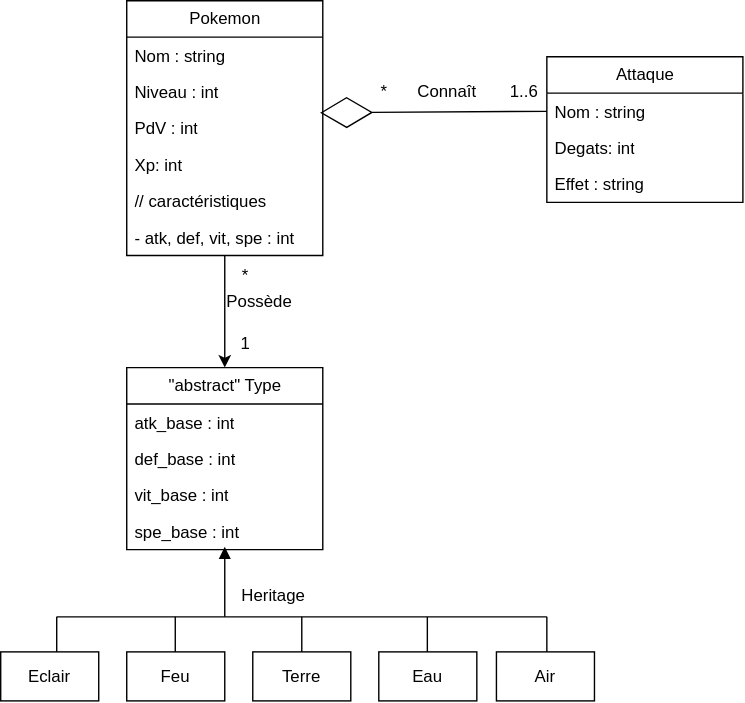
Socrate29-Lab/CESI_project-Pokedex keeps this draw.io diagram as Partie UML/diagramme_classe.svg. Above is the earlier version. Source tidied: cells renumbered, new cells last; positions are measured from the earlier drawing's top-left corner, leaving out a move shared by most shapes.
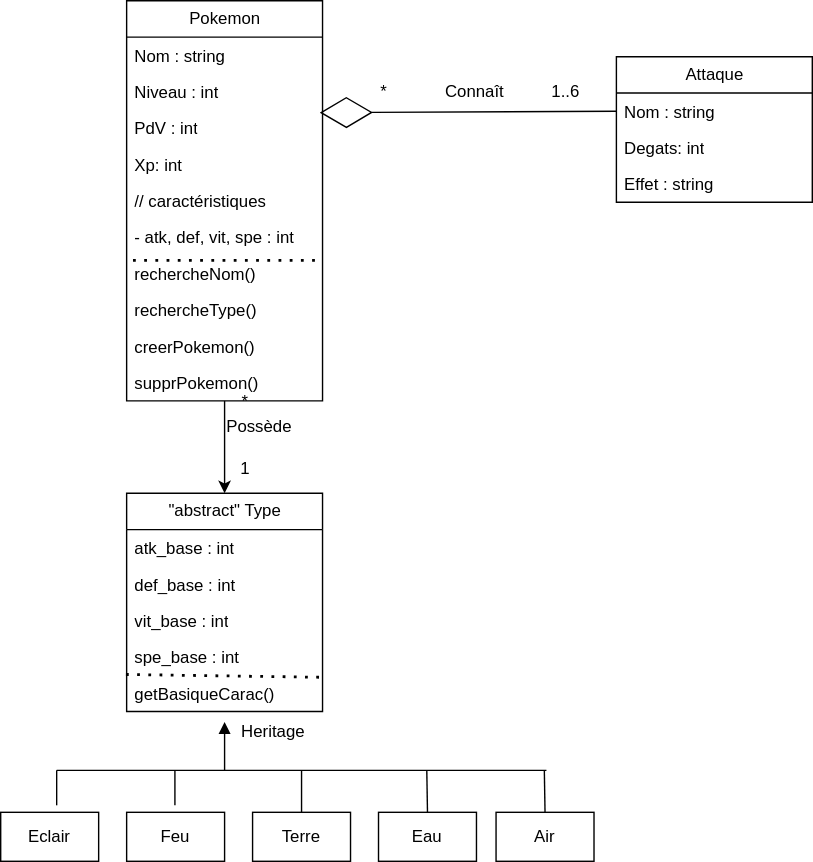
Above is the later version.

Commit message:
ajout des fonctions au diagramme de classe

What changed in the source:
```diff
@@ -6,7 +6,7 @@
       <mxGeometry relative="1" as="geometry" />
     </mxCell>
     <mxCell id="3" value="Pokemon" style="swimlane;fontStyle=0;horizontal=1;startSize=26;fillColor=none;html=1;" parent="1" vertex="1">
-      <mxGeometry x="90" width="140" height="182" as="geometry" />
+      <mxGeometry x="90" y="-90" width="140" height="286" as="geometry" />
     </mxCell>
     <mxCell id="4" value="Nom : string" style="text;strokeColor=none;fillColor=none;align=left;verticalAlign=top;spacingLeft=4;spacingRight=4;overflow=hidden;whiteSpace=wrap;html=1;" parent="3" vertex="1">
       <mxGeometry y="26" width="140" height="26" as="geometry" />
@@ -26,8 +26,23 @@
     <mxCell id="9" value="- atk, def, vit, spe : int" style="text;strokeColor=none;fillColor=none;align=left;verticalAlign=top;spacingLeft=4;spacingRight=4;overflow=hidden;whiteSpace=wrap;html=1;" parent="3" vertex="1">
       <mxGeometry y="156" width="140" height="26" as="geometry" />
     </mxCell>
+    <mxCell id="39" value="rechercheNom()" style="text;strokeColor=none;fillColor=none;align=left;verticalAlign=top;spacingLeft=4;spacingRight=4;overflow=hidden;points=[[0,0.5],[1,0.5]];portConstraint=eastwest;whiteSpace=wrap;html=1;" parent="3" vertex="1">
+      <mxGeometry y="182" width="140" height="26" as="geometry" />
+    </mxCell>
+    <mxCell id="40" value="rechercheType()" style="text;strokeColor=none;fillColor=none;align=left;verticalAlign=top;spacingLeft=4;spacingRight=4;overflow=hidden;whiteSpace=wrap;html=1;" parent="3" vertex="1">
+      <mxGeometry y="208" width="140" height="26" as="geometry" />
+    </mxCell>
+    <mxCell id="41" value="creerPokemon()" style="text;strokeColor=none;fillColor=none;align=left;verticalAlign=top;spacingLeft=4;spacingRight=4;overflow=hidden;whiteSpace=wrap;html=1;" parent="3" vertex="1">
+      <mxGeometry y="234" width="140" height="26" as="geometry" />
+    </mxCell>
+    <mxCell id="42" style="endArrow=none;dashed=1;html=1;dashPattern=1 3;strokeWidth=2;rounded=0;exitX=0.036;exitY=0.154;exitDx=0;exitDy=0;exitPerimeter=0;entryX=1;entryY=0.154;entryDx=0;entryDy=0;entryPerimeter=0;" parent="3" edge="1" source="39" target="39">
+      <mxGeometry relative="1" as="geometry" />
+    </mxCell>
+    <mxCell id="43" value="supprPokemon()" style="text;strokeColor=none;fillColor=none;align=left;verticalAlign=top;spacingLeft=4;spacingRight=4;overflow=hidden;whiteSpace=wrap;html=1;" parent="3" vertex="1">
+      <mxGeometry y="260" width="140" height="26" as="geometry" />
+    </mxCell>
     <mxCell id="10" value="Attaque" style="swimlane;fontStyle=0;horizontal=1;startSize=26;fillColor=none;html=1;" parent="1" vertex="1">
-      <mxGeometry x="390" y="40" width="140" height="104" as="geometry" />
+      <mxGeometry x="440" y="-50" width="140" height="104" as="geometry" />
     </mxCell>
     <mxCell id="11" value="Nom : string" style="text;strokeColor=none;fillColor=none;align=left;verticalAlign=top;spacingLeft=4;spacingRight=4;overflow=hidden;points=[[0,0.5],[1,0.5]];portConstraint=eastwest;whiteSpace=wrap;html=1;" parent="10" vertex="1">
       <mxGeometry y="26" width="140" height="26" as="geometry" />
@@ -42,16 +57,16 @@
       <mxGeometry relative="1" as="geometry" />
     </mxCell>
     <mxCell id="15" value="1..6" style="text;html=1;whiteSpace=wrap;strokeColor=none;fillColor=none;align=center;verticalAlign=middle;rounded=0;" parent="1" vertex="1">
-      <mxGeometry x="354" y="50" width="40" height="30" as="geometry" />
+      <mxGeometry x="384" y="-40" width="40" height="30" as="geometry" />
     </mxCell>
     <mxCell id="16" value="Connaît" style="text;html=1;whiteSpace=wrap;strokeColor=none;fillColor=none;align=center;verticalAlign=middle;rounded=0;" parent="1" vertex="1">
-      <mxGeometry x="284" y="50" width="70" height="30" as="geometry" />
+      <mxGeometry x="304" y="-40" width="70" height="30" as="geometry" />
     </mxCell>
     <mxCell id="17" value="*" style="text;html=1;whiteSpace=wrap;strokeColor=none;fillColor=none;align=center;verticalAlign=middle;rounded=0;" parent="1" vertex="1">
-      <mxGeometry x="259" y="50" width="30" height="30" as="geometry" />
+      <mxGeometry x="259" y="-40" width="30" height="30" as="geometry" />
     </mxCell>
     <mxCell id="18" value="&quot;abstract&quot; Type" style="swimlane;fontStyle=0;horizontal=1;startSize=26;fillColor=none;html=1;" parent="1" vertex="1">
-      <mxGeometry x="90" y="262" width="140" height="130" as="geometry" />
+      <mxGeometry x="90" y="262" width="140" height="156" as="geometry" />
     </mxCell>
     <mxCell id="19" value="atk_base : int" style="text;strokeColor=none;fillColor=none;align=left;verticalAlign=top;spacingLeft=4;spacingRight=4;overflow=hidden;whiteSpace=wrap;html=1;" parent="18" vertex="1">
       <mxGeometry y="26" width="140" height="26" as="geometry" />
@@ -65,64 +80,67 @@
     <mxCell id="22" value="spe_base : int" style="text;strokeColor=none;fillColor=none;align=left;verticalAlign=top;spacingLeft=4;spacingRight=4;overflow=hidden;points=[[0,0.5],[1,0.5]];portConstraint=eastwest;whiteSpace=wrap;html=1;" parent="18" vertex="1">
       <mxGeometry y="104" width="140" height="26" as="geometry" />
     </mxCell>
+    <mxCell id="44" value="getBasiqueCarac()" style="text;strokeColor=none;fillColor=none;align=left;verticalAlign=top;spacingLeft=4;spacingRight=4;overflow=hidden;points=[[0,0.5],[1,0.5]];portConstraint=eastwest;whiteSpace=wrap;html=1;" parent="18" vertex="1">
+      <mxGeometry y="130" width="140" height="26" as="geometry" />
+    </mxCell>
+    <mxCell id="45" style="endArrow=none;dashed=1;html=1;dashPattern=1 3;strokeWidth=2;rounded=0;exitX=0;exitY=0;exitDx=0;exitDy=0;exitPerimeter=0;entryX=1;entryY=1.077;entryDx=0;entryDy=0;entryPerimeter=0;" parent="18" edge="1" source="44" target="22">
+      <mxGeometry relative="1" as="geometry" />
+    </mxCell>
     <mxCell id="23" value="Eclair" style="rounded=0;whiteSpace=wrap;html=1;" parent="1" vertex="1">
-      <mxGeometry y="465" width="70" height="35" as="geometry" />
+      <mxGeometry y="490" width="70" height="35" as="geometry" />
     </mxCell>
     <mxCell id="24" value="Feu" style="rounded=0;whiteSpace=wrap;html=1;" parent="1" vertex="1">
-      <mxGeometry x="90" y="465" width="70" height="35" as="geometry" />
+      <mxGeometry x="90" y="490" width="70" height="35" as="geometry" />
     </mxCell>
     <mxCell id="25" value="Terre" style="rounded=0;whiteSpace=wrap;html=1;" parent="1" vertex="1">
-      <mxGeometry x="180" y="465" width="70" height="35" as="geometry" />
+      <mxGeometry x="180" y="490" width="70" height="35" as="geometry" />
     </mxCell>
     <mxCell id="26" value="Eau" style="rounded=0;whiteSpace=wrap;html=1;" parent="1" vertex="1">
-      <mxGeometry x="270" y="465" width="70" height="35" as="geometry" />
+      <mxGeometry x="270" y="490" width="70" height="35" as="geometry" />
     </mxCell>
     <mxCell id="27" value="&lt;div&gt;Air&lt;/div&gt;" style="rounded=0;whiteSpace=wrap;html=1;" parent="1" vertex="1">
-      <mxGeometry x="354" y="465" width="70" height="35" as="geometry" />
+      <mxGeometry x="354" y="490" width="70" height="35" as="geometry" />
     </mxCell>
     <mxCell id="28" style="endArrow=none;html=1;rounded=0;" parent="1" edge="1">
       <mxGeometry relative="1" as="geometry">
-        <mxPoint x="40" y="465" as="sourcePoint" />
-        <mxPoint x="40" y="440" as="targetPoint" />
+        <mxPoint x="40" y="485" as="sourcePoint" />
+        <mxPoint x="40" y="460" as="targetPoint" />
       </mxGeometry>
     </mxCell>
     <mxCell id="29" style="endArrow=none;html=1;rounded=0;" parent="1" edge="1">
       <mxGeometry relative="1" as="geometry">
-        <mxPoint x="124.7" y="465" as="sourcePoint" />
-        <mxPoint x="124.7" y="440" as="targetPoint" />
+        <mxPoint x="124.5" y="485" as="sourcePoint" />
+        <mxPoint x="124.5" y="460" as="targetPoint" />
       </mxGeometry>
     </mxCell>
     <mxCell id="30" style="endArrow=none;html=1;rounded=0;exitX=0.5;exitY=0;exitDx=0;exitDy=0;" parent="1" edge="1" source="25">
       <mxGeometry relative="1" as="geometry">
-        <mxPoint x="215" y="440" as="targetPoint" />
+        <mxPoint x="215" y="460" as="targetPoint" />
       </mxGeometry>
     </mxCell>
-    <mxCell id="31" style="endArrow=none;html=1;rounded=0;exitX=0.5;exitY=0;exitDx=0;exitDy=0;" parent="1" edge="1">
+    <mxCell id="31" style="endArrow=none;html=1;rounded=0;exitX=0.5;exitY=0;exitDx=0;exitDy=0;" parent="1" edge="1" source="26">
       <mxGeometry relative="1" as="geometry">
-        <mxPoint x="304.7" y="465" as="sourcePoint" />
-        <mxPoint x="304.7" y="440" as="targetPoint" />
+        <mxPoint x="304.5" y="460" as="targetPoint" />
       </mxGeometry>
     </mxCell>
-    <mxCell id="32" style="endArrow=none;html=1;rounded=0;exitX=0.5;exitY=0;exitDx=0;exitDy=0;" parent="1" edge="1">
+    <mxCell id="32" style="endArrow=none;html=1;rounded=0;exitX=0.5;exitY=0;exitDx=0;exitDy=0;" parent="1" edge="1" source="27">
       <mxGeometry relative="1" as="geometry">
-        <mxPoint x="390" y="465" as="sourcePoint" />
-        <mxPoint x="390" y="440" as="targetPoint" />
+        <mxPoint x="388.5" y="460" as="targetPoint" />
       </mxGeometry>
     </mxCell>
     <mxCell id="33" style="endArrow=none;html=1;rounded=0;" parent="1" edge="1">
       <mxGeometry relative="1" as="geometry">
-        <mxPoint x="40" y="440" as="sourcePoint" />
-        <mxPoint x="390" y="440" as="targetPoint" />
+        <mxPoint x="40" y="460" as="sourcePoint" />
+        <mxPoint x="390" y="460" as="targetPoint" />
       </mxGeometry>
     </mxCell>
-    <mxCell id="34" style="endArrow=block;html=1;rounded=0;endFill=1;" parent="1" edge="1">
+    <mxCell id="34" style="endArrow=block;html=1;rounded=0;endFill=1;entryX=0;entryY=0.25;entryDx=0;entryDy=0;" parent="1" edge="1" target="35">
       <mxGeometry relative="1" as="geometry">
-        <mxPoint x="160" y="440" as="sourcePoint" />
-        <mxPoint x="160" y="390" as="targetPoint" />
+        <mxPoint x="160" y="460" as="sourcePoint" />
       </mxGeometry>
     </mxCell>
     <mxCell id="35" value="Heritage" style="text;html=1;whiteSpace=wrap;strokeColor=none;fillColor=none;align=center;verticalAlign=middle;rounded=0;" parent="1" vertex="1">
-      <mxGeometry x="160" y="410" width="70" height="30" as="geometry" />
+      <mxGeometry x="160" y="418" width="70" height="30" as="geometry" />
     </mxCell>
     <mxCell id="36" value="Possède" style="text;html=1;whiteSpace=wrap;strokeColor=none;fillColor=none;align=center;verticalAlign=middle;rounded=0;" parent="1" vertex="1">
       <mxGeometry x="150" y="200" width="70" height="30" as="geometry" />
```
